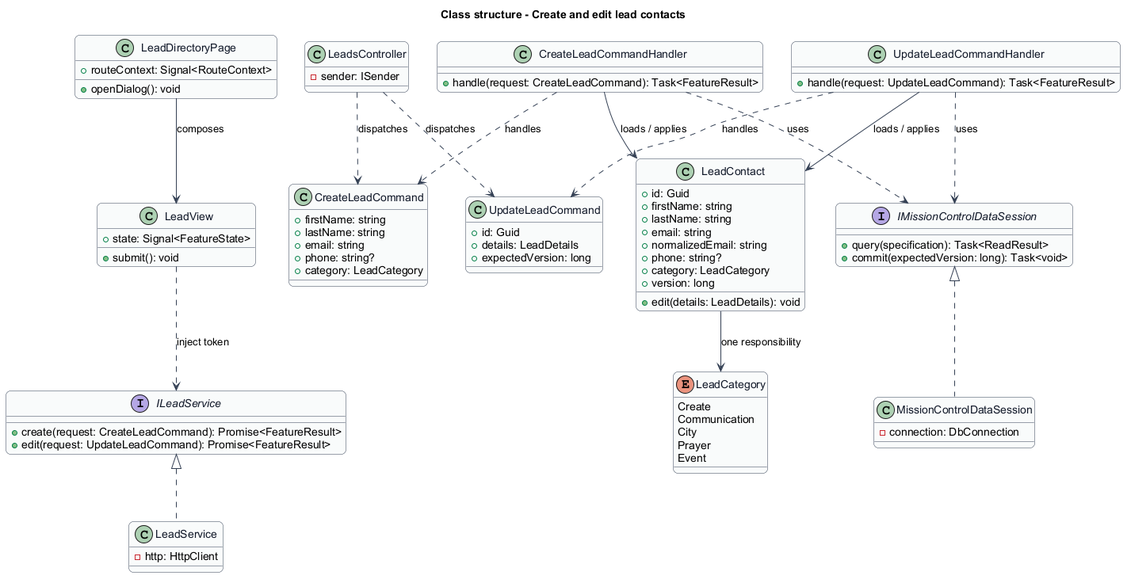
Above: docs/detailed-designs/leads/maintain-contacts/diagrams/class-structure.png in QuinntyneBrown/mission-control (PlantUML), before the change. Its diagram source:
```plantuml
@startuml
skinparam backgroundColor #FFFFFF
skinparam shadowing false
skinparam roundcorner 12
skinparam defaultFontName Arial
skinparam ArrowColor #344054
skinparam rectangle {
  BorderColor #344054
  FontColor #101828
}
skinparam package {
  BorderColor #667085
  FontColor #101828
  BackgroundColor #F9FAFB
}
title Class structure - Create and edit lead contacts
skinparam class {
  BorderColor #344054
  FontColor #101828
  BackgroundColor #F9FAFB
}
class LeadDirectoryPage {
  +routeContext: Signal<RouteContext>
  +openDialog(): void
}
class LeadView {
  +state: Signal<FeatureState>
  +submit(): void
}
interface ILeadService {
  +create(request: CreateLeadCommand): Promise<FeatureResult>
  +edit(request: UpdateLeadCommand): Promise<FeatureResult>
}
class LeadService {
  -http: HttpClient
}
class LeadsController {
  -sender: ISender
}
class LeadContact {
  +id: Guid
  +firstName: string
  +lastName: string
  +email: string
  +normalizedEmail: string
  +phone: string?
  +category: LeadCategory
  +version: long
  +edit(details: LeadDetails): void
}
interface IMissionControlDataSession {
  +query(specification): Task<ReadResult>
  +commit(expectedVersion: long): Task<void>
}
class MissionControlDataSession {
  -connection: DbConnection
}
LeadDirectoryPage --> LeadView : composes
LeadView ..> ILeadService : inject token
ILeadService <|.. LeadService
IMissionControlDataSession <|.. MissionControlDataSession
class CreateLeadCommand {
  +firstName: string
  +lastName: string
  +email: string
  +phone: string?
  +category: LeadCategory
}
class CreateLeadCommandHandler {
  +handle(request: CreateLeadCommand): Task<FeatureResult>
}
LeadsController ..> CreateLeadCommand : dispatches
CreateLeadCommandHandler ..> CreateLeadCommand : handles
CreateLeadCommandHandler --> LeadContact : loads / applies
CreateLeadCommandHandler ..> IMissionControlDataSession : uses
class UpdateLeadCommand {
  +id: Guid
  +details: LeadDetails
  +expectedVersion: long
}
class UpdateLeadCommandHandler {
  +handle(request: UpdateLeadCommand): Task<FeatureResult>
}
LeadsController ..> UpdateLeadCommand : dispatches
UpdateLeadCommandHandler ..> UpdateLeadCommand : handles
UpdateLeadCommandHandler --> LeadContact : loads / applies
UpdateLeadCommandHandler ..> IMissionControlDataSession : uses

enum LeadCategory {
  Create
  Communication
  City
  Prayer
  Event
}
LeadContact --> LeadCategory : one responsibility
@enduml
```
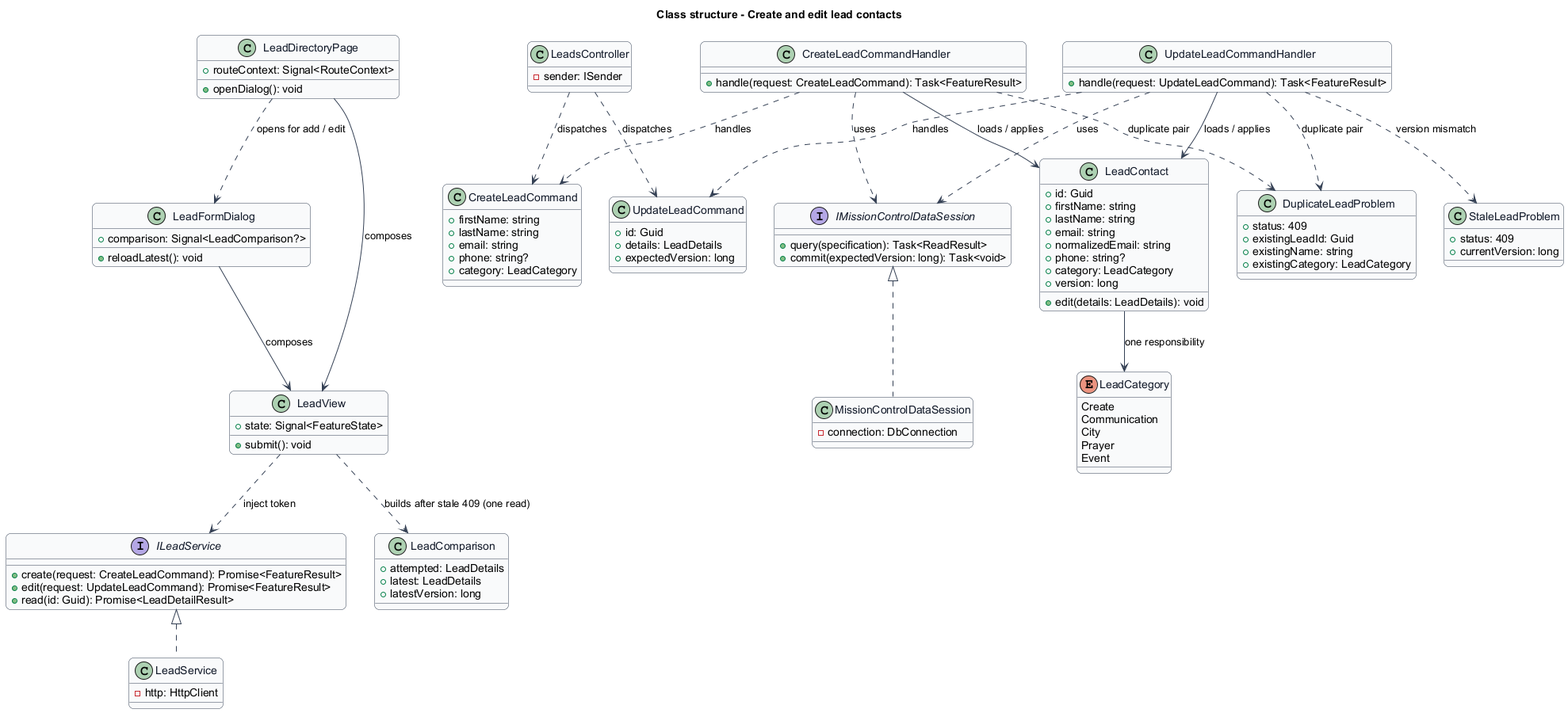
Above is the later version.

Change to the diagram source:
```diff
@@ -23,6 +23,10 @@
   +routeContext: Signal<RouteContext>
   +openDialog(): void
 }
+class LeadFormDialog {
+  +comparison: Signal<LeadComparison?>
+  +reloadLatest(): void
+}
 class LeadView {
   +state: Signal<FeatureState>
   +submit(): void
@@ -30,6 +34,7 @@
 interface ILeadService {
   +create(request: CreateLeadCommand): Promise<FeatureResult>
   +edit(request: UpdateLeadCommand): Promise<FeatureResult>
+  +read(id: Guid): Promise<LeadDetailResult>
 }
 class LeadService {
   -http: HttpClient
@@ -56,6 +61,8 @@
   -connection: DbConnection
 }
 LeadDirectoryPage --> LeadView : composes
+LeadDirectoryPage ..> LeadFormDialog : opens for add / edit
+LeadFormDialog --> LeadView : composes
 LeadView ..> ILeadService : inject token
 ILeadService <|.. LeadService
 IMissionControlDataSession <|.. MissionControlDataSession
@@ -85,6 +92,25 @@
 UpdateLeadCommandHandler ..> UpdateLeadCommand : handles
 UpdateLeadCommandHandler --> LeadContact : loads / applies
 UpdateLeadCommandHandler ..> IMissionControlDataSession : uses
+class DuplicateLeadProblem {
+  +status: 409
+  +existingLeadId: Guid
+  +existingName: string
+  +existingCategory: LeadCategory
+}
+class StaleLeadProblem {
+  +status: 409
+  +currentVersion: long
+}
+class LeadComparison {
+  +attempted: LeadDetails
+  +latest: LeadDetails
+  +latestVersion: long
+}
+CreateLeadCommandHandler ..> DuplicateLeadProblem : duplicate pair
+UpdateLeadCommandHandler ..> DuplicateLeadProblem : duplicate pair
+UpdateLeadCommandHandler ..> StaleLeadProblem : version mismatch
+LeadView ..> LeadComparison : builds after stale 409 (one read)
 
 enum LeadCategory {
   Create
```
